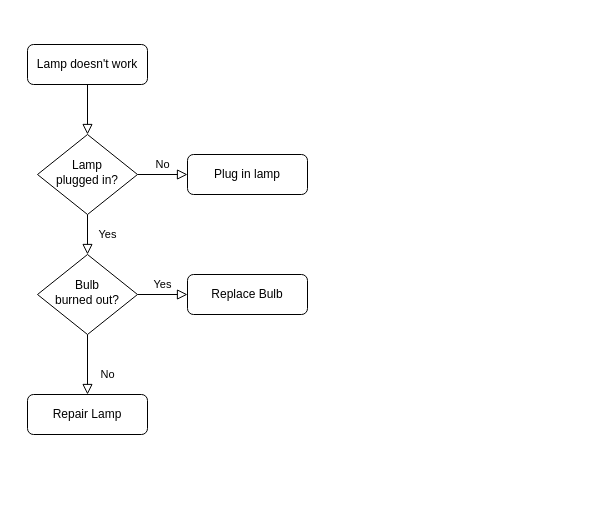
The draw.io diagram Untitled Diagram.drawio in Arunav07/SIH2022, before the edit. Source tidied: cells renumbered, new cells numbered last; positions are measured from the earlier drawing's top-left corner, leaving out a move shared by most shapes. Both pictures are drawn from the tidied source at 100%, with x=0, y=0 at pixel (27, 44).
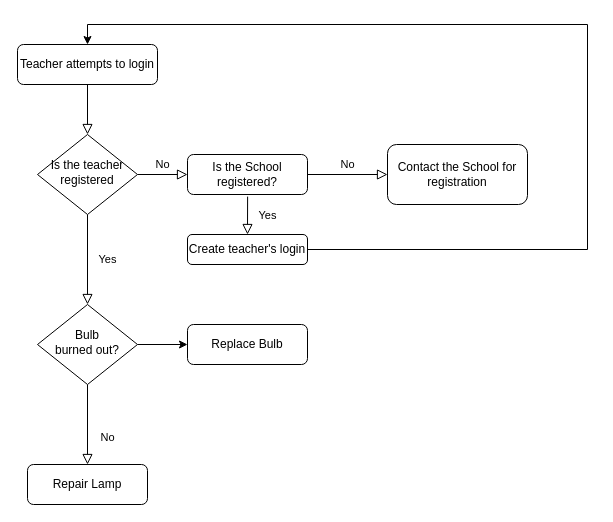
The same diagram, later.

Commit message:
Basic Workflow SetUp

The edit, as a diff of the source:
```diff
@@
-    <mxCell id="3" value="Lamp doesn't work" style="rounded=1;whiteSpace=wrap;html=1;fontSize=12;glass=0;strokeWidth=1;shadow=0;" parent="1" vertex="1">
-      <mxGeometry width="120" height="40" as="geometry" />
+    <mxCell id="3" value="Teacher attempts to login" style="rounded=1;whiteSpace=wrap;html=1;fontSize=12;glass=0;strokeWidth=1;shadow=0;" parent="1" vertex="1">
+      <mxGeometry x="-10" width="140" height="40" as="geometry" />
     </mxCell>
@@
-    <mxCell id="6" value="Lamp&lt;br&gt;plugged in?" style="rhombus;whiteSpace=wrap;html=1;shadow=0;fontFamily=Helvetica;fontSize=12;align=center;strokeWidth=1;spacing=6;spacingTop=-4;" parent="1" vertex="1">
+    <mxCell id="6" value="Is the teacher registered" style="rhombus;whiteSpace=wrap;html=1;shadow=0;fontFamily=Helvetica;fontSize=12;align=center;strokeWidth=1;spacing=6;spacingTop=-4;" parent="1" vertex="1">
       <mxGeometry x="10" y="90" width="100" height="80" as="geometry" />
     </mxCell>
-    <mxCell id="7" value="Plug in lamp" style="rounded=1;whiteSpace=wrap;html=1;fontSize=12;glass=0;strokeWidth=1;shadow=0;" parent="1" vertex="1">
+    <mxCell id="7" value="Is the School registered?" style="rounded=1;whiteSpace=wrap;html=1;fontSize=12;glass=0;strokeWidth=1;shadow=0;" parent="1" vertex="1">
       <mxGeometry x="160" y="110" width="120" height="40" as="geometry" />
     </mxCell>
@@
-    <mxCell id="9" value="Yes" style="edgeStyle=orthogonalEdgeStyle;rounded=0;html=1;jettySize=auto;fontSize=11;endArrow=block;endFill=0;endSize=8;strokeWidth=1;shadow=0;labelBackgroundColor=none;" parent="1" edge="1" source="10" target="12">
-      <mxGeometry y="10" relative="1" as="geometry" />
-    </mxCell>
+    <mxCell id="13" style="edgeStyle=orthogonalEdgeStyle;rounded=0;jettySize=auto;html=1;entryX=0;entryY=0.5;entryDx=0;entryDy=0;" parent="1" edge="1" source="10" target="12">
+      <mxGeometry relative="1" as="geometry" />
+    </mxCell>
     <mxCell id="10" value="Bulb&lt;br&gt;burned out?" style="rhombus;whiteSpace=wrap;html=1;shadow=0;fontFamily=Helvetica;fontSize=12;align=center;strokeWidth=1;spacing=6;spacingTop=-4;" parent="1" vertex="1">
-      <mxGeometry x="10" y="210" width="100" height="80" as="geometry" />
+      <mxGeometry x="10" y="260" width="100" height="80" as="geometry" />
     </mxCell>
     <mxCell id="11" value="Repair Lamp" style="rounded=1;whiteSpace=wrap;html=1;fontSize=12;glass=0;strokeWidth=1;shadow=0;" parent="1" vertex="1">
-      <mxGeometry y="350" width="120" height="40" as="geometry" />
+      <mxGeometry y="420" width="120" height="40" as="geometry" />
     </mxCell>
     <mxCell id="12" value="Replace Bulb" style="rounded=1;whiteSpace=wrap;html=1;fontSize=12;glass=0;strokeWidth=1;shadow=0;" parent="1" vertex="1">
-      <mxGeometry x="160" y="230" width="120" height="40" as="geometry" />
+      <mxGeometry x="160" y="280" width="120" height="40" as="geometry" />
     </mxCell>
+    <mxCell id="14" style="edgeStyle=orthogonalEdgeStyle;rounded=0;jettySize=auto;html=1;entryX=0.5;entryY=0;entryDx=0;entryDy=0;" parent="1" edge="1" source="15" target="3">
+      <mxGeometry relative="1" as="geometry">
+        <Array as="points">
+          <mxPoint x="560" y="205" />
+          <mxPoint x="560" y="-20" />
+          <mxPoint x="60" y="-20" />
+        </Array>
+      </mxGeometry>
+    </mxCell>
+    <mxCell id="15" value="Create teacher's login" style="whiteSpace=wrap;html=1;rounded=1;glass=0;strokeWidth=1;shadow=0;" parent="1" vertex="1">
+      <mxGeometry x="160" y="190" width="120" height="30" as="geometry" />
+    </mxCell>
+    <mxCell id="16" value="No" style="edgeStyle=orthogonalEdgeStyle;rounded=0;html=1;jettySize=auto;fontSize=11;endArrow=block;endFill=0;endSize=8;strokeWidth=1;shadow=0;labelBackgroundColor=none;exitX=1;exitY=0.5;exitDx=0;exitDy=0;entryX=0;entryY=0.5;entryDx=0;entryDy=0;" parent="1" edge="1" source="7" target="17">
+      <mxGeometry y="10" relative="1" as="geometry" />
+    </mxCell>
+    <mxCell id="17" value="Contact the School for registration" style="rounded=1;whiteSpace=wrap;html=1;" parent="1" vertex="1">
+      <mxGeometry x="360" y="100" width="140" height="60" as="geometry" />
+    </mxCell>
+    <mxCell id="9" value="Yes" style="rounded=0;html=1;jettySize=auto;fontSize=11;endArrow=block;endFill=0;endSize=8;strokeWidth=1;shadow=0;labelBackgroundColor=none;edgeStyle=orthogonalEdgeStyle;exitX=0.501;exitY=1.053;exitDx=0;exitDy=0;exitPerimeter=0;" parent="1" edge="1" source="7">
+      <mxGeometry y="20" relative="1" as="geometry">
+        <mxPoint x="220" y="190" as="targetPoint" />
+      </mxGeometry>
+    </mxCell>
```
